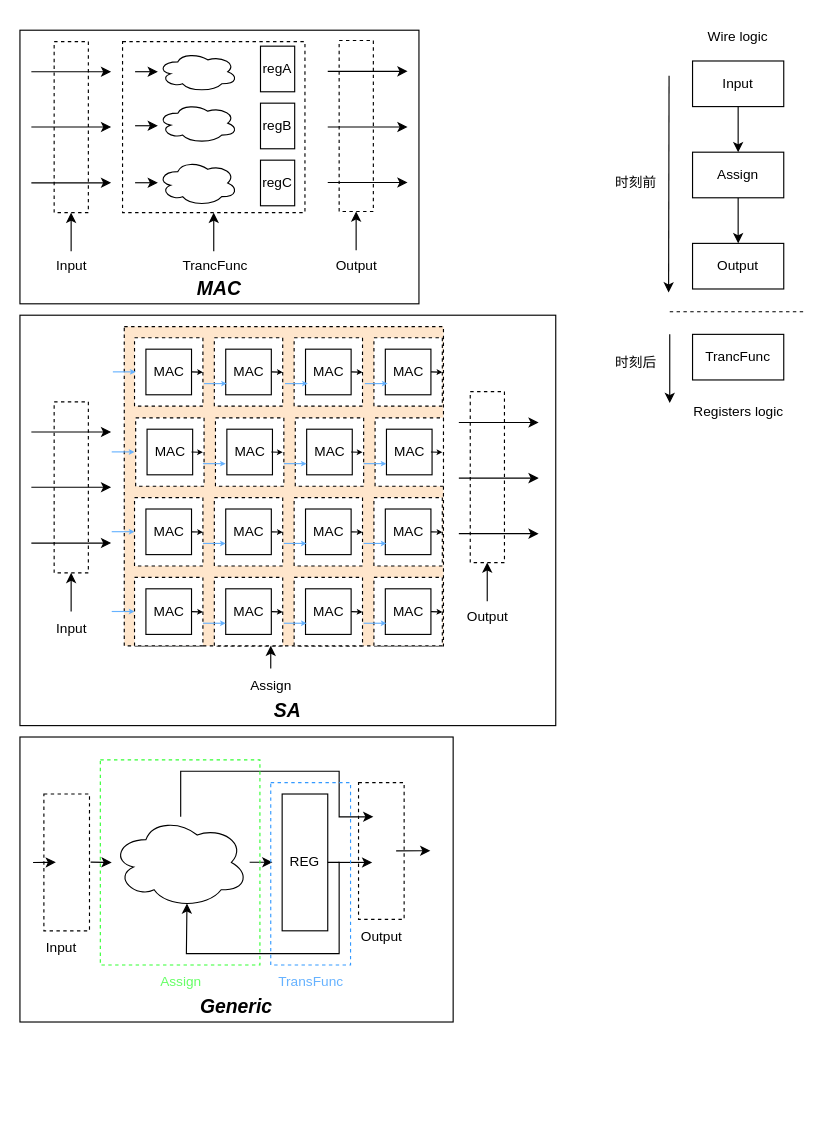
Above: page "寄存器以及脉动阵列建模" (3 of 3) of Gem5.drawio in Cain252199/MyNoteBook (draw.io), before the change. Source tidied: cells renumbered, new cells numbered last; positions are measured from the earlier drawing's top-left corner, leaving out a move shared by most shapes. Both pictures are drawn from the tidied source at 114%, with x=0, y=0 at pixel (19, 19).
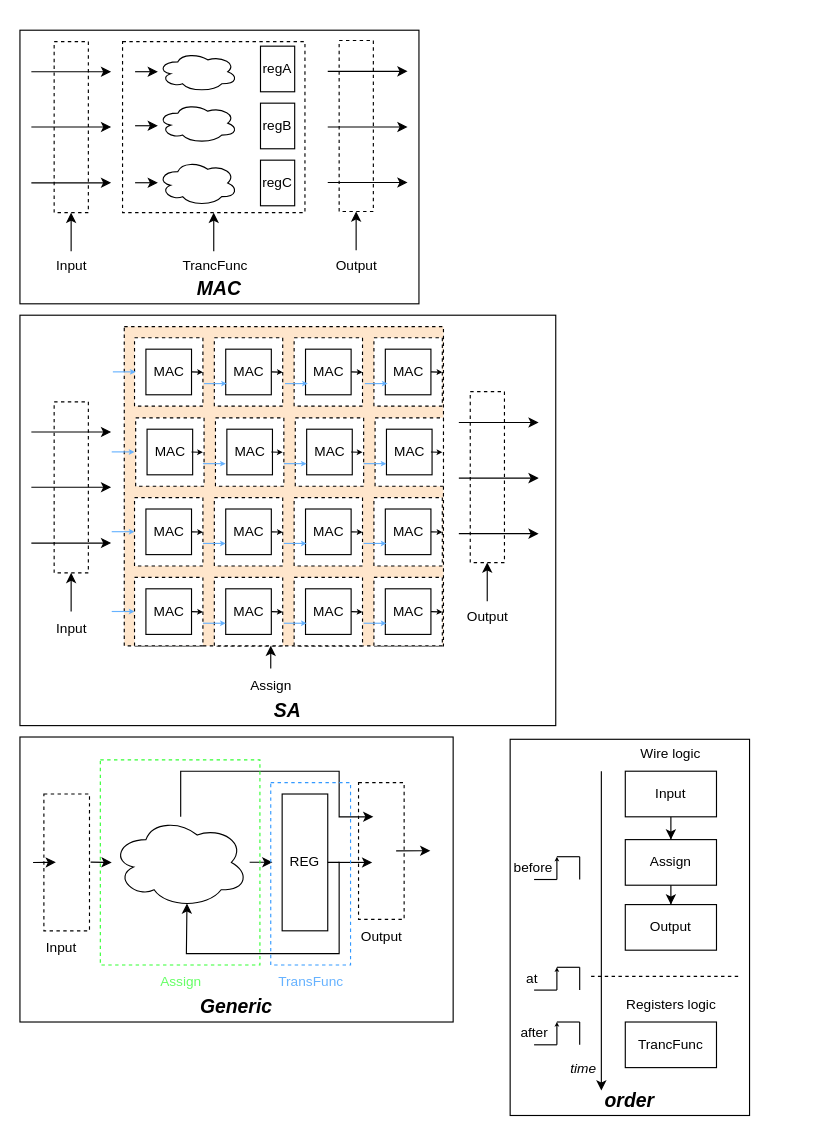
The same page after the edit.

The edit, as a diff of the source:
```diff
@@
+    <mxCell id="141" value="order" style="rounded=0;whiteSpace=wrap;html=1;verticalAlign=bottom;fontSize=17;fontStyle=3;" parent="1" vertex="1">
+      <mxGeometry x="430" y="631" width="210" height="330" as="geometry" />
+    </mxCell>
@@
     <mxCell id="3" value="Input" style="rounded=0;whiteSpace=wrap;html=1;" parent="1" vertex="1">
-      <mxGeometry x="590" y="36" width="80" height="40" as="geometry" />
+      <mxGeometry x="531" y="659" width="80" height="40" as="geometry" />
     </mxCell>
@@
     <mxCell id="5" value="Assign" style="rounded=0;whiteSpace=wrap;html=1;" parent="1" vertex="1">
-      <mxGeometry x="590" y="116" width="80" height="40" as="geometry" />
+      <mxGeometry x="531" y="719" width="80" height="40" as="geometry" />
     </mxCell>
     <mxCell id="6" value="Output" style="rounded=0;whiteSpace=wrap;html=1;" parent="1" vertex="1">
-      <mxGeometry x="590" y="196" width="80" height="40" as="geometry" />
+      <mxGeometry x="531" y="776" width="80" height="40" as="geometry" />
     </mxCell>
     <mxCell id="7" value="Wire logic" style="text;html=1;align=center;verticalAlign=middle;whiteSpace=wrap;rounded=0;" parent="1" vertex="1">
-      <mxGeometry x="590" width="80" height="30" as="geometry" />
+      <mxGeometry x="531" y="629" width="80" height="30" as="geometry" />
     </mxCell>
     <mxCell id="8" style="endArrow=none;html=1;rounded=0;dashed=1;" parent="1" edge="1">
       <mxGeometry relative="1" as="geometry">
-        <mxPoint x="570" y="256" as="sourcePoint" />
-        <mxPoint x="690" y="256" as="targetPoint" />
+        <mxPoint x="501" y="839" as="sourcePoint" />
+        <mxPoint x="631" y="839" as="targetPoint" />
       </mxGeometry>
     </mxCell>
     <mxCell id="9" style="endArrow=classic;html=1;rounded=0;" parent="1" edge="1">
       <mxGeometry relative="1" as="geometry">
-        <mxPoint x="569.4" y="49" as="sourcePoint" />
-        <mxPoint x="569" y="239" as="targetPoint" />
+        <mxPoint x="510" y="659" as="sourcePoint" />
+        <mxPoint x="510" y="939" as="targetPoint" />
       </mxGeometry>
     </mxCell>
-    <mxCell id="10" value="时刻前" style="text;html=1;align=center;verticalAlign=middle;strokeColor=none;fillColor=none;" parent="1" vertex="1">
-      <mxGeometry x="510" y="128" width="60" height="30" as="geometry" />
-    </mxCell>
-    <mxCell id="11" style="endArrow=classic;html=1;rounded=0;" parent="1" edge="1">
-      <mxGeometry relative="1" as="geometry">
-        <mxPoint x="570" y="275.8" as="sourcePoint" />
-        <mxPoint x="570" y="336" as="targetPoint" />
-      </mxGeometry>
-    </mxCell>
-    <mxCell id="12" value="时刻后" style="text;html=1;align=center;verticalAlign=middle;strokeColor=none;fillColor=none;" parent="1" vertex="1">
-      <mxGeometry x="510" y="285.8" width="60" height="30" as="geometry" />
-    </mxCell>
     <mxCell id="13" value="TrancFunc" style="rounded=0;whiteSpace=wrap;html=1;" parent="1" vertex="1">
-      <mxGeometry x="590" y="275.8" width="80" height="40" as="geometry" />
+      <mxGeometry x="531" y="879" width="80" height="40" as="geometry" />
     </mxCell>
     <mxCell id="14" value="Registers logic" style="text;html=1;align=center;verticalAlign=middle;strokeColor=none;fillColor=none;" parent="1" vertex="1">
-      <mxGeometry x="580" y="329" width="100" height="30" as="geometry" />
+      <mxGeometry x="521" y="849" width="100" height="30" as="geometry" />
     </mxCell>
@@
+    <mxCell id="142" style="group;" parent="1" vertex="1">
+      <mxGeometry x="451" y="734" width="40" height="20" as="geometry" />
+    </mxCell>
+    <mxCell id="143" style="endArrow=none;html=1;rounded=0;" parent="142" edge="1">
+      <mxGeometry relative="1" as="geometry">
+        <mxPoint y="20" as="sourcePoint" />
+        <mxPoint x="20" y="20" as="targetPoint" />
+      </mxGeometry>
+    </mxCell>
+    <mxCell id="144" style="endArrow=classic;html=1;rounded=0;endSize=1;" parent="142" edge="1">
+      <mxGeometry relative="1" as="geometry">
+        <mxPoint x="20" y="20" as="sourcePoint" />
+        <mxPoint x="20" as="targetPoint" />
+      </mxGeometry>
+    </mxCell>
+    <mxCell id="145" style="endArrow=none;html=1;rounded=0;" parent="142" edge="1">
+      <mxGeometry relative="1" as="geometry">
+        <mxPoint x="20" as="sourcePoint" />
+        <mxPoint x="40" as="targetPoint" />
+      </mxGeometry>
+    </mxCell>
+    <mxCell id="146" style="endArrow=none;html=1;rounded=0;" parent="142" edge="1">
+      <mxGeometry relative="1" as="geometry">
+        <mxPoint x="40" y="20" as="sourcePoint" />
+        <mxPoint x="40" as="targetPoint" />
+      </mxGeometry>
+    </mxCell>
+    <mxCell id="147" value="after" style="text;html=1;align=center;verticalAlign=middle;strokeColor=none;fillColor=none;" parent="1" vertex="1">
+      <mxGeometry x="426" y="874" width="50" height="30" as="geometry" />
+    </mxCell>
+    <mxCell id="148" value="before" style="text;html=1;align=center;verticalAlign=middle;strokeColor=none;fillColor=none;" parent="1" vertex="1">
+      <mxGeometry x="420" y="729" width="60" height="30" as="geometry" />
+    </mxCell>
+    <mxCell id="149" style="group;" parent="1" vertex="1">
+      <mxGeometry x="451" y="879" width="40" height="20" as="geometry" />
+    </mxCell>
+    <mxCell id="150" style="endArrow=none;html=1;rounded=0;" parent="149" edge="1">
+      <mxGeometry relative="1" as="geometry">
+        <mxPoint y="20" as="sourcePoint" />
+        <mxPoint x="20" y="20" as="targetPoint" />
+      </mxGeometry>
+    </mxCell>
+    <mxCell id="151" style="endArrow=classic;html=1;rounded=0;endSize=1;" parent="149" edge="1">
+      <mxGeometry relative="1" as="geometry">
+        <mxPoint x="20" y="20" as="sourcePoint" />
+        <mxPoint x="20" as="targetPoint" />
+      </mxGeometry>
+    </mxCell>
+    <mxCell id="152" style="endArrow=none;html=1;rounded=0;" parent="149" edge="1">
+      <mxGeometry relative="1" as="geometry">
+        <mxPoint x="20" as="sourcePoint" />
+        <mxPoint x="40" as="targetPoint" />
+      </mxGeometry>
+    </mxCell>
+    <mxCell id="153" style="endArrow=none;html=1;rounded=0;" parent="149" edge="1">
+      <mxGeometry relative="1" as="geometry">
+        <mxPoint x="40" y="20" as="sourcePoint" />
+        <mxPoint x="40" as="targetPoint" />
+      </mxGeometry>
+    </mxCell>
+    <mxCell id="154" style="group;" parent="1" vertex="1">
+      <mxGeometry x="451" y="831" width="40" height="20" as="geometry" />
+    </mxCell>
+    <mxCell id="155" style="endArrow=none;html=1;rounded=0;" parent="154" edge="1">
+      <mxGeometry relative="1" as="geometry">
+        <mxPoint y="20" as="sourcePoint" />
+        <mxPoint x="20" y="20" as="targetPoint" />
+      </mxGeometry>
+    </mxCell>
+    <mxCell id="156" style="endArrow=classic;html=1;rounded=0;endSize=1;" parent="154" edge="1">
+      <mxGeometry relative="1" as="geometry">
+        <mxPoint x="20" y="20" as="sourcePoint" />
+        <mxPoint x="20" as="targetPoint" />
+      </mxGeometry>
+    </mxCell>
+    <mxCell id="157" style="endArrow=none;html=1;rounded=0;" parent="154" edge="1">
+      <mxGeometry relative="1" as="geometry">
+        <mxPoint x="20" as="sourcePoint" />
+        <mxPoint x="40" as="targetPoint" />
+      </mxGeometry>
+    </mxCell>
+    <mxCell id="158" style="endArrow=none;html=1;rounded=0;" parent="154" edge="1">
+      <mxGeometry relative="1" as="geometry">
+        <mxPoint x="40" y="20" as="sourcePoint" />
+        <mxPoint x="40" as="targetPoint" />
+      </mxGeometry>
+    </mxCell>
+    <mxCell id="159" value="at" style="text;html=1;align=center;verticalAlign=middle;strokeColor=none;fillColor=none;" parent="1" vertex="1">
+      <mxGeometry x="434" y="826" width="30" height="30" as="geometry" />
+    </mxCell>
+    <mxCell id="160" value="time" style="text;html=1;align=center;verticalAlign=middle;strokeColor=none;fillColor=none;fontStyle=2;" parent="1" vertex="1">
+      <mxGeometry x="469" y="905" width="50" height="30" as="geometry" />
+    </mxCell>
```
